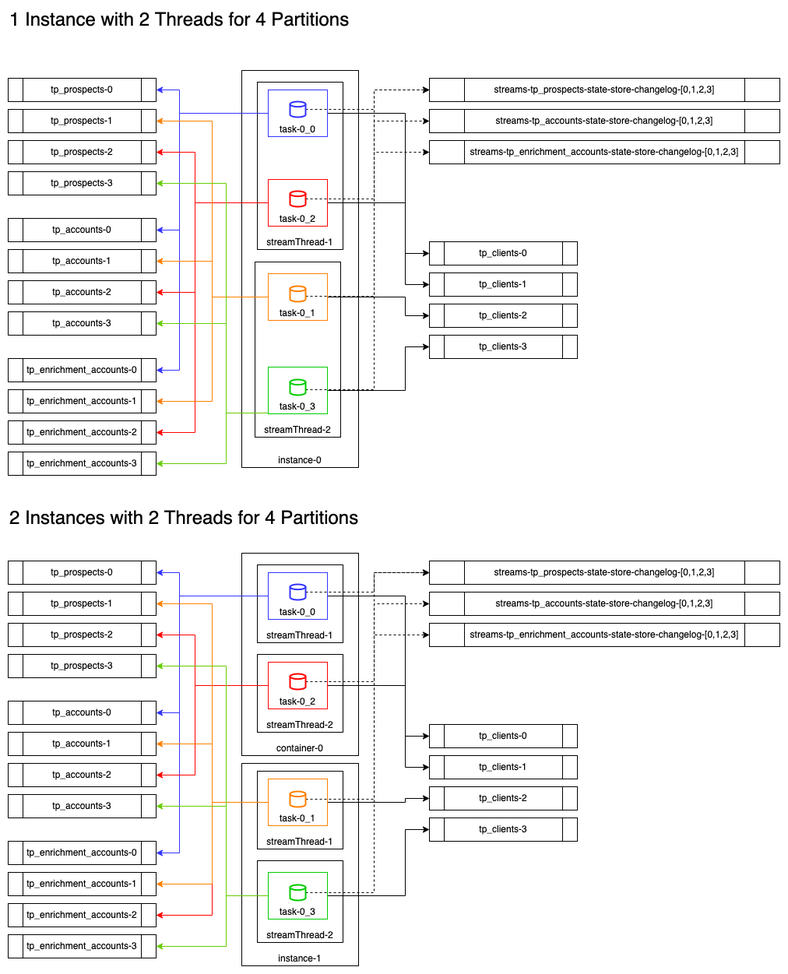
The draw.io diagram docs/imgs/scalability.png in augustoximenes/spring-cloud-streams_kafka-streams, before a commit. Source tidied: cells renumbered, new cells last; positions are measured from the earlier drawing's top-left corner, leaving out a move shared by most shapes.
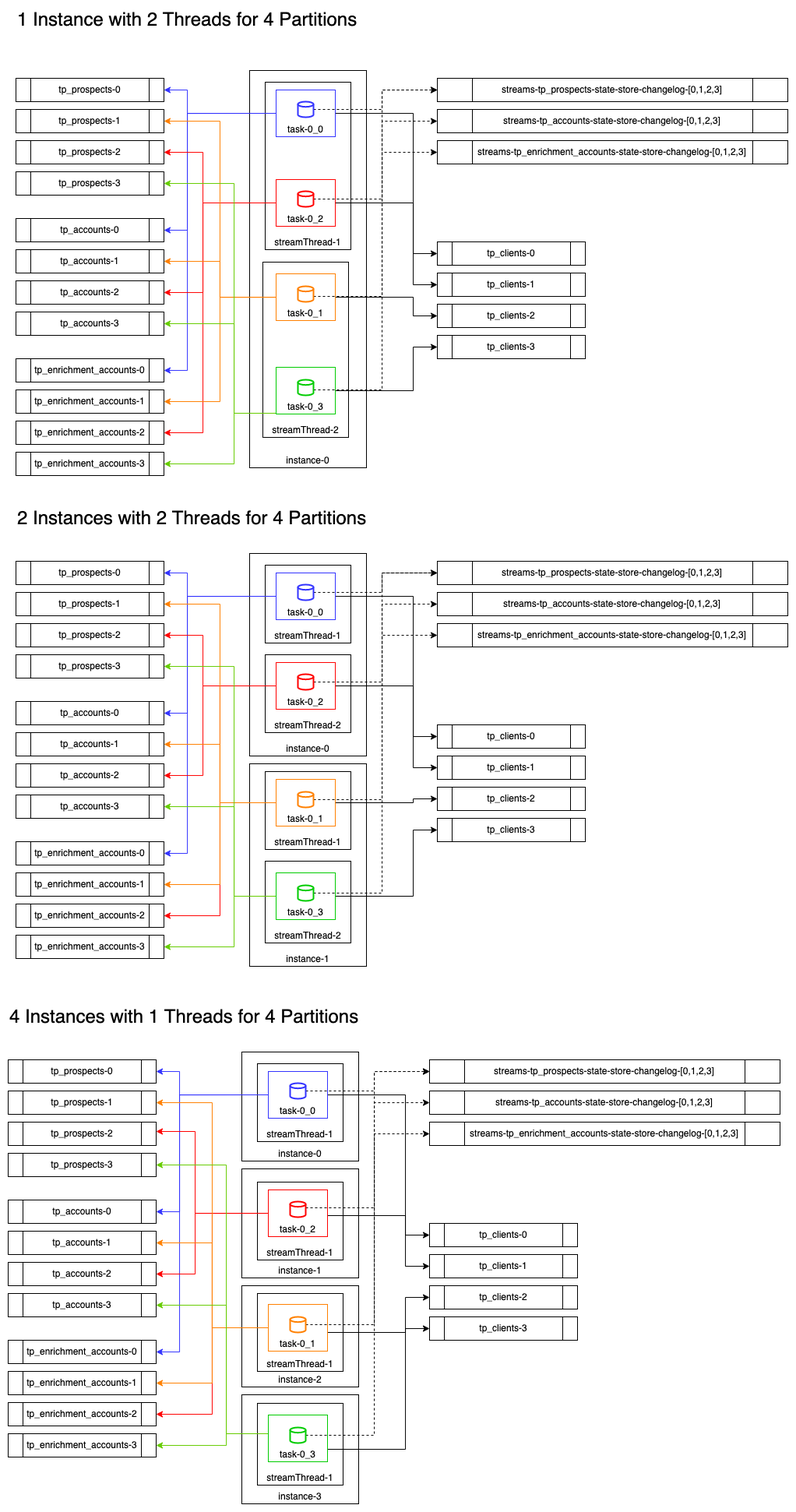
Above is the later version.

Commit message:
4 Instances with 1 Thread for 4 Partitions configured

Change to the diagram source:
```diff
@@ -2,6 +2,12 @@
   <root>
     <mxCell id="0" />
     <mxCell id="1" parent="0" />
+    <mxCell id="107" value="instance-3" style="rounded=0;whiteSpace=wrap;html=1;verticalAlign=bottom;" parent="1" vertex="1">
+      <mxGeometry x="290" y="1780" width="150" height="140" as="geometry" />
+    </mxCell>
+    <mxCell id="108" value="instance-1" style="rounded=0;whiteSpace=wrap;html=1;verticalAlign=bottom;" parent="1" vertex="1">
+      <mxGeometry x="290" y="1490" width="150" height="140" as="geometry" />
+    </mxCell>
     <mxCell id="2" value="tp_prospects-0" style="shape=process;whiteSpace=wrap;html=1;backgroundOutline=1;" parent="1" vertex="1">
       <mxGeometry y="90" width="190" height="30" as="geometry" />
     </mxCell>
@@ -273,7 +279,7 @@
     <mxCell id="63" value="tp_enrichment_accounts-3" style="shape=process;whiteSpace=wrap;html=1;backgroundOutline=1;" parent="1" vertex="1">
       <mxGeometry y="1190" width="190" height="30" as="geometry" />
     </mxCell>
-    <mxCell id="64" value="container-0" style="rounded=0;whiteSpace=wrap;html=1;verticalAlign=bottom;" parent="1" vertex="1">
+    <mxCell id="64" value="instance-0" style="rounded=0;whiteSpace=wrap;html=1;verticalAlign=bottom;" parent="1" vertex="1">
       <mxGeometry x="300" y="700" width="150" height="260" as="geometry" />
     </mxCell>
     <mxCell id="65" value="streamThread-1" style="rounded=0;whiteSpace=wrap;html=1;verticalAlign=bottom;" parent="1" vertex="1">
@@ -482,5 +488,253 @@
     <mxCell id="106" value="2 Instances with 2 Threads&amp;nbsp;for 4 Partitions" style="text;html=1;strokeColor=none;fillColor=none;align=left;verticalAlign=middle;whiteSpace=wrap;rounded=0;fontSize=24;fontStyle=0;" parent="1" vertex="1">
       <mxGeometry y="640" width="580" height="30" as="geometry" />
     </mxCell>
+    <mxCell id="109" value="tp_prospects-0" style="shape=process;whiteSpace=wrap;html=1;backgroundOutline=1;" parent="1" vertex="1">
+      <mxGeometry x="-10" y="1350" width="190" height="30" as="geometry" />
+    </mxCell>
+    <mxCell id="110" value="tp_prospects-1" style="shape=process;whiteSpace=wrap;html=1;backgroundOutline=1;" parent="1" vertex="1">
+      <mxGeometry x="-10" y="1390" width="190" height="30" as="geometry" />
+    </mxCell>
+    <mxCell id="111" value="tp_prospects-2" style="shape=process;whiteSpace=wrap;html=1;backgroundOutline=1;" parent="1" vertex="1">
+      <mxGeometry x="-10" y="1430" width="190" height="30" as="geometry" />
+    </mxCell>
+    <mxCell id="112" value="tp_prospects-3" style="shape=process;whiteSpace=wrap;html=1;backgroundOutline=1;" parent="1" vertex="1">
+      <mxGeometry x="-10" y="1470" width="190" height="30" as="geometry" />
+    </mxCell>
+    <mxCell id="113" value="tp_accounts-0" style="shape=process;whiteSpace=wrap;html=1;backgroundOutline=1;" parent="1" vertex="1">
+      <mxGeometry x="-10" y="1530" width="190" height="30" as="geometry" />
+    </mxCell>
+    <mxCell id="114" value="tp_accounts-1" style="shape=process;whiteSpace=wrap;html=1;backgroundOutline=1;" parent="1" vertex="1">
+      <mxGeometry x="-10" y="1570" width="190" height="30" as="geometry" />
+    </mxCell>
+    <mxCell id="115" value="tp_accounts-2" style="shape=process;whiteSpace=wrap;html=1;backgroundOutline=1;" parent="1" vertex="1">
+      <mxGeometry x="-10" y="1610" width="190" height="30" as="geometry" />
+    </mxCell>
+    <mxCell id="116" value="tp_accounts-3" style="shape=process;whiteSpace=wrap;html=1;backgroundOutline=1;" parent="1" vertex="1">
+      <mxGeometry x="-10" y="1650" width="190" height="30" as="geometry" />
+    </mxCell>
+    <mxCell id="117" value="tp_enrichment_accounts-0" style="shape=process;whiteSpace=wrap;html=1;backgroundOutline=1;" parent="1" vertex="1">
+      <mxGeometry x="-10" y="1710" width="190" height="30" as="geometry" />
+    </mxCell>
+    <mxCell id="118" value="tp_enrichment_accounts-1" style="shape=process;whiteSpace=wrap;html=1;backgroundOutline=1;" parent="1" vertex="1">
+      <mxGeometry x="-10" y="1750" width="190" height="30" as="geometry" />
+    </mxCell>
+    <mxCell id="119" value="tp_enrichment_accounts-2" style="shape=process;whiteSpace=wrap;html=1;backgroundOutline=1;" parent="1" vertex="1">
+      <mxGeometry x="-10" y="1790" width="190" height="30" as="geometry" />
+    </mxCell>
+    <mxCell id="120" value="tp_enrichment_accounts-3" style="shape=process;whiteSpace=wrap;html=1;backgroundOutline=1;" parent="1" vertex="1">
+      <mxGeometry x="-10" y="1830" width="190" height="30" as="geometry" />
+    </mxCell>
+    <mxCell id="121" value="instance-0" style="rounded=0;whiteSpace=wrap;html=1;verticalAlign=bottom;" parent="1" vertex="1">
+      <mxGeometry x="290" y="1340" width="150" height="140" as="geometry" />
+    </mxCell>
+    <mxCell id="122" value="streamThread-1" style="rounded=0;whiteSpace=wrap;html=1;verticalAlign=bottom;" parent="1" vertex="1">
+      <mxGeometry x="310" y="1355" width="110" height="100" as="geometry" />
+    </mxCell>
+    <mxCell id="123" style="edgeStyle=orthogonalEdgeStyle;rounded=0;jettySize=auto;html=1;entryX=1;entryY=0.5;entryDx=0;entryDy=0;strokeColor=#3333FF;exitX=0;exitY=0.5;exitDx=0;exitDy=0;" parent="1" edge="1" source="127" target="109">
+      <mxGeometry relative="1" as="geometry">
+        <Array as="points">
+          <mxPoint x="210" y="1395" />
+          <mxPoint x="210" y="1365" />
+        </Array>
+      </mxGeometry>
+    </mxCell>
+    <mxCell id="124" style="edgeStyle=orthogonalEdgeStyle;rounded=0;jettySize=auto;html=1;entryX=1;entryY=0.5;entryDx=0;entryDy=0;strokeColor=#3333FF;exitX=0;exitY=0.5;exitDx=0;exitDy=0;" parent="1" edge="1" source="127" target="113">
+      <mxGeometry relative="1" as="geometry">
+        <Array as="points">
+          <mxPoint x="210" y="1395" />
+          <mxPoint x="210" y="1545" />
+        </Array>
+      </mxGeometry>
+    </mxCell>
+    <mxCell id="125" style="edgeStyle=orthogonalEdgeStyle;rounded=0;jettySize=auto;html=1;entryX=1;entryY=0.5;entryDx=0;entryDy=0;strokeColor=#3333FF;exitX=0;exitY=0.5;exitDx=0;exitDy=0;" parent="1" edge="1" source="127" target="117">
+      <mxGeometry relative="1" as="geometry">
+        <Array as="points">
+          <mxPoint x="210" y="1395" />
+          <mxPoint x="210" y="1725" />
+        </Array>
+      </mxGeometry>
+    </mxCell>
+    <mxCell id="126" style="edgeStyle=orthogonalEdgeStyle;rounded=0;jettySize=auto;html=1;entryX=0;entryY=0.5;entryDx=0;entryDy=0;fontColor=#0000CC;strokeColor=#000000;" parent="1" edge="1" source="127" target="147">
+      <mxGeometry relative="1" as="geometry">
+        <Array as="points">
+          <mxPoint x="500" y="1395" />
+          <mxPoint x="500" y="1575" />
+        </Array>
+      </mxGeometry>
+    </mxCell>
+    <mxCell id="127" value="task-0_0" style="rounded=0;whiteSpace=wrap;html=1;verticalAlign=bottom;strokeColor=#3333FF;" parent="1" vertex="1">
+      <mxGeometry x="324" y="1365" width="76" height="60" as="geometry" />
+    </mxCell>
+    <mxCell id="128" value="streamThread-1" style="rounded=0;whiteSpace=wrap;html=1;verticalAlign=bottom;" parent="1" vertex="1">
+      <mxGeometry x="310" y="1507" width="110" height="100" as="geometry" />
+    </mxCell>
+    <mxCell id="129" style="edgeStyle=orthogonalEdgeStyle;rounded=0;orthogonalLoop=1;jettySize=auto;html=1;entryX=1;entryY=0.5;entryDx=0;entryDy=0;fontColor=#0000CC;strokeColor=#FF0000;exitX=0;exitY=0.5;exitDx=0;exitDy=0;" parent="1" edge="1">
+      <mxGeometry relative="1" as="geometry">
+        <mxPoint x="324" y="1544" as="sourcePoint" />
+        <mxPoint x="180" y="1442" as="targetPoint" />
+        <Array as="points">
+          <mxPoint x="324" y="1547" />
+          <mxPoint x="230" y="1547" />
+          <mxPoint x="230" y="1442" />
+        </Array>
+      </mxGeometry>
+    </mxCell>
+    <mxCell id="130" style="edgeStyle=orthogonalEdgeStyle;rounded=0;jettySize=auto;html=1;entryX=1;entryY=0.5;entryDx=0;entryDy=0;fontColor=#0000CC;strokeColor=#FF0000;exitX=0;exitY=0.5;exitDx=0;exitDy=0;" parent="1" edge="1" source="133" target="115">
+      <mxGeometry relative="1" as="geometry">
+        <Array as="points">
+          <mxPoint x="230" y="1547" />
+          <mxPoint x="230" y="1625" />
+        </Array>
+      </mxGeometry>
+    </mxCell>
+    <mxCell id="131" style="edgeStyle=orthogonalEdgeStyle;rounded=0;jettySize=auto;html=1;entryX=0;entryY=0.5;entryDx=0;entryDy=0;fontColor=#0000CC;strokeColor=#000000;" parent="1" edge="1" source="133" target="148">
+      <mxGeometry relative="1" as="geometry">
+        <Array as="points">
+          <mxPoint x="500" y="1550" />
+          <mxPoint x="500" y="1615" />
+        </Array>
+      </mxGeometry>
+    </mxCell>
+    <mxCell id="132" style="edgeStyle=orthogonalEdgeStyle;rounded=0;jettySize=auto;html=1;entryX=1;entryY=0.5;entryDx=0;entryDy=0;fontSize=24;strokeColor=#FF0000;" parent="1" edge="1" source="133" target="119">
+      <mxGeometry relative="1" as="geometry" />
+    </mxCell>
+    <mxCell id="133" value="task-0_2" style="rounded=0;whiteSpace=wrap;html=1;verticalAlign=bottom;strokeColor=#FF0000;" parent="1" vertex="1">
+      <mxGeometry x="324" y="1517" width="76" height="60" as="geometry" />
+    </mxCell>
+    <mxCell id="134" value="instance-2" style="rounded=0;whiteSpace=wrap;html=1;verticalAlign=bottom;" parent="1" vertex="1">
+      <mxGeometry x="290" y="1640" width="150" height="130" as="geometry" />
+    </mxCell>
+    <mxCell id="135" value="streamThread-1" style="rounded=0;whiteSpace=wrap;html=1;verticalAlign=bottom;" parent="1" vertex="1">
+      <mxGeometry x="310" y="1650" width="110" height="100" as="geometry" />
+    </mxCell>
+    <mxCell id="136" style="edgeStyle=orthogonalEdgeStyle;rounded=0;jettySize=auto;html=1;entryX=1;entryY=0.5;entryDx=0;entryDy=0;fontColor=#0000CC;strokeColor=#FF8000;" parent="1" edge="1" source="140" target="110">
+      <mxGeometry relative="1" as="geometry" />
+    </mxCell>
+    <mxCell id="137" style="edgeStyle=orthogonalEdgeStyle;rounded=0;jettySize=auto;html=1;entryX=1;entryY=0.5;entryDx=0;entryDy=0;fontColor=#0000CC;strokeColor=#FF8000;" parent="1" edge="1" source="140" target="114">
+      <mxGeometry relative="1" as="geometry" />
+    </mxCell>
+    <mxCell id="138" style="edgeStyle=orthogonalEdgeStyle;rounded=0;jettySize=auto;html=1;entryX=1;entryY=0.5;entryDx=0;entryDy=0;fontColor=#0000CC;strokeColor=#FF8000;" parent="1" edge="1" source="140" target="118">
+      <mxGeometry relative="1" as="geometry" />
+    </mxCell>
+    <mxCell id="139" style="edgeStyle=orthogonalEdgeStyle;rounded=0;jettySize=auto;html=1;entryX=0;entryY=0.5;entryDx=0;entryDy=0;fontColor=#0000CC;strokeColor=#000000;" parent="1" edge="1" source="140" target="149">
+      <mxGeometry relative="1" as="geometry">
+        <Array as="points">
+          <mxPoint x="500" y="1700" />
+          <mxPoint x="500" y="1655" />
+        </Array>
+      </mxGeometry>
+    </mxCell>
+    <mxCell id="140" value="task-0_1" style="rounded=0;whiteSpace=wrap;html=1;verticalAlign=bottom;strokeColor=#FF8000;" parent="1" vertex="1">
+      <mxGeometry x="324" y="1664" width="76" height="60" as="geometry" />
+    </mxCell>
+    <mxCell id="141" value="streamThread-1" style="rounded=0;whiteSpace=wrap;html=1;verticalAlign=bottom;" parent="1" vertex="1">
+      <mxGeometry x="310" y="1791" width="110" height="105" as="geometry" />
+    </mxCell>
+    <mxCell id="142" style="edgeStyle=orthogonalEdgeStyle;rounded=0;jettySize=auto;html=1;entryX=1;entryY=0.5;entryDx=0;entryDy=0;fontColor=#0000CC;strokeColor=#66CC00;exitX=0;exitY=0.5;exitDx=0;exitDy=0;" parent="1" edge="1" source="146" target="112">
+      <mxGeometry relative="1" as="geometry">
+        <Array as="points">
+          <mxPoint x="324" y="1830" />
+          <mxPoint x="270" y="1830" />
+          <mxPoint x="270" y="1485" />
+        </Array>
+      </mxGeometry>
+    </mxCell>
+    <mxCell id="143" style="edgeStyle=orthogonalEdgeStyle;rounded=0;jettySize=auto;html=1;entryX=1;entryY=0.5;entryDx=0;entryDy=0;fontColor=#0000CC;strokeColor=#66CC00;exitX=0;exitY=0.5;exitDx=0;exitDy=0;" parent="1" edge="1" source="146" target="116">
+      <mxGeometry relative="1" as="geometry">
+        <Array as="points">
+          <mxPoint x="324" y="1830" />
+          <mxPoint x="270" y="1830" />
+          <mxPoint x="270" y="1665" />
+        </Array>
+      </mxGeometry>
+    </mxCell>
+    <mxCell id="144" style="edgeStyle=orthogonalEdgeStyle;rounded=0;jettySize=auto;html=1;entryX=1;entryY=0.5;entryDx=0;entryDy=0;fontColor=#0000CC;strokeColor=#66CC00;exitX=0;exitY=0.5;exitDx=0;exitDy=0;" parent="1" edge="1" source="146" target="120">
+      <mxGeometry relative="1" as="geometry">
+        <Array as="points">
+          <mxPoint x="324" y="1830" />
+          <mxPoint x="270" y="1830" />
+          <mxPoint x="270" y="1845" />
+        </Array>
+      </mxGeometry>
+    </mxCell>
+    <mxCell id="145" style="edgeStyle=orthogonalEdgeStyle;rounded=0;jettySize=auto;html=1;entryX=0;entryY=0.5;entryDx=0;entryDy=0;fontColor=#0000CC;strokeColor=#000000;" parent="1" edge="1" source="146" target="150">
+      <mxGeometry relative="1" as="geometry">
+        <Array as="points">
+          <mxPoint x="500" y="1850" />
+          <mxPoint x="500" y="1695" />
+        </Array>
+      </mxGeometry>
+    </mxCell>
+    <mxCell id="146" value="task-0_3" style="rounded=0;whiteSpace=wrap;html=1;verticalAlign=bottom;strokeColor=#00CC00;" parent="1" vertex="1">
+      <mxGeometry x="324" y="1806" width="76" height="60" as="geometry" />
+    </mxCell>
+    <mxCell id="147" value="tp_clients-0" style="shape=process;whiteSpace=wrap;html=1;backgroundOutline=1;" parent="1" vertex="1">
+      <mxGeometry x="531" y="1560" width="190" height="30" as="geometry" />
+    </mxCell>
+    <mxCell id="148" value="tp_clients-1" style="shape=process;whiteSpace=wrap;html=1;backgroundOutline=1;" parent="1" vertex="1">
+      <mxGeometry x="531" y="1600" width="190" height="30" as="geometry" />
+    </mxCell>
+    <mxCell id="149" value="tp_clients-2" style="shape=process;whiteSpace=wrap;html=1;backgroundOutline=1;" parent="1" vertex="1">
+      <mxGeometry x="531" y="1640" width="190" height="30" as="geometry" />
+    </mxCell>
+    <mxCell id="150" value="tp_clients-3" style="shape=process;whiteSpace=wrap;html=1;backgroundOutline=1;" parent="1" vertex="1">
+      <mxGeometry x="531" y="1680" width="190" height="30" as="geometry" />
+    </mxCell>
+    <mxCell id="151" style="edgeStyle=orthogonalEdgeStyle;rounded=0;jettySize=auto;html=1;entryX=0;entryY=0.5;entryDx=0;entryDy=0;dashed=1;fontColor=#0000CC;strokeColor=#000000;" parent="1" edge="1" source="152" target="159">
+      <mxGeometry relative="1" as="geometry">
+        <Array as="points">
+          <mxPoint x="460" y="1390" />
+          <mxPoint x="460" y="1365" />
+        </Array>
+      </mxGeometry>
+    </mxCell>
+    <mxCell id="152" style="strokeWidth=2;html=1;shape=mxgraph.flowchart.database;whiteSpace=wrap;fontColor=#0000CC;strokeColor=#3333FF;" parent="1" vertex="1">
+      <mxGeometry x="352" y="1380" width="20" height="20" as="geometry" />
+    </mxCell>
+    <mxCell id="153" style="edgeStyle=orthogonalEdgeStyle;rounded=0;jettySize=auto;html=1;entryX=0;entryY=0.5;entryDx=0;entryDy=0;fontColor=#0000CC;strokeColor=#000000;dashed=1;" parent="1" edge="1" source="154" target="160">
+      <mxGeometry relative="1" as="geometry">
+        <Array as="points">
+          <mxPoint x="460" y="1540" />
+          <mxPoint x="460" y="1405" />
+        </Array>
+      </mxGeometry>
+    </mxCell>
+    <mxCell id="154" style="strokeWidth=2;html=1;shape=mxgraph.flowchart.database;whiteSpace=wrap;fontColor=#0000CC;strokeColor=#FF0000;" parent="1" vertex="1">
+      <mxGeometry x="352" y="1532" width="20" height="20" as="geometry" />
+    </mxCell>
+    <mxCell id="155" style="edgeStyle=orthogonalEdgeStyle;rounded=0;jettySize=auto;html=1;entryX=0;entryY=0.5;entryDx=0;entryDy=0;dashed=1;fontColor=#0000CC;strokeColor=#000000;" parent="1" edge="1" source="156" target="159">
+      <mxGeometry relative="1" as="geometry">
+        <Array as="points">
+          <mxPoint x="460" y="1690" />
+          <mxPoint x="460" y="1365" />
+        </Array>
+      </mxGeometry>
+    </mxCell>
+    <mxCell id="156" style="strokeWidth=2;html=1;shape=mxgraph.flowchart.database;whiteSpace=wrap;fontColor=#0000CC;strokeColor=#FF8000;" parent="1" vertex="1">
+      <mxGeometry x="352" y="1680" width="20" height="20" as="geometry" />
+    </mxCell>
+    <mxCell id="157" style="edgeStyle=orthogonalEdgeStyle;rounded=0;jettySize=auto;html=1;entryX=0;entryY=0.5;entryDx=0;entryDy=0;dashed=1;fontColor=#0000CC;strokeColor=#000000;" parent="1" edge="1" source="158" target="161">
+      <mxGeometry relative="1" as="geometry">
+        <Array as="points">
+          <mxPoint x="460" y="1832" />
+          <mxPoint x="460" y="1445" />
+        </Array>
+      </mxGeometry>
+    </mxCell>
+    <mxCell id="158" style="strokeWidth=2;html=1;shape=mxgraph.flowchart.database;whiteSpace=wrap;fontColor=#0000CC;strokeColor=#00CC00;" parent="1" vertex="1">
+      <mxGeometry x="352" y="1822" width="20" height="20" as="geometry" />
+    </mxCell>
+    <mxCell id="159" value="streams-tp_prospects-state-store-changelog-[0,1,2,3]" style="shape=process;whiteSpace=wrap;html=1;backgroundOutline=1;" parent="1" vertex="1">
+      <mxGeometry x="531" y="1350" width="450" height="30" as="geometry" />
+    </mxCell>
+    <mxCell id="160" value="streams-tp_accounts-state-store-changelog-[0,1,2,3]" style="shape=process;whiteSpace=wrap;html=1;backgroundOutline=1;" parent="1" vertex="1">
+      <mxGeometry x="531" y="1390" width="450" height="30" as="geometry" />
+    </mxCell>
+    <mxCell id="161" value="streams-tp_enrichment_accounts-state-store-changelog-[0,1,2,3]" style="shape=process;whiteSpace=wrap;html=1;backgroundOutline=1;" parent="1" vertex="1">
+      <mxGeometry x="531" y="1430" width="450" height="30" as="geometry" />
+    </mxCell>
+    <mxCell id="162" value="4 Instances with 1 Threads&amp;nbsp;for 4 Partitions" style="text;html=1;strokeColor=none;fillColor=none;align=left;verticalAlign=middle;whiteSpace=wrap;rounded=0;fontSize=24;fontStyle=0;" parent="1" vertex="1">
+      <mxGeometry x="-10" y="1280" width="580" height="30" as="geometry" />
+    </mxCell>
   </root>
 </mxGraphModel>
```
